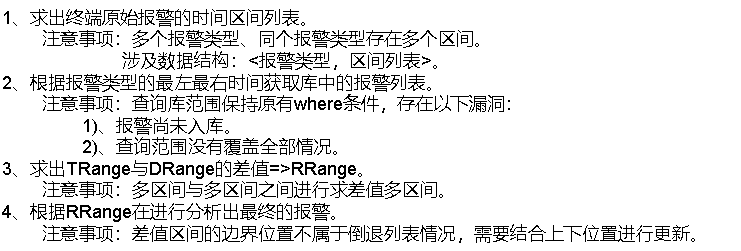
Before: 倒退位置分析终端报警.drawio.png, a diagram exported from draw.io (xktder/draw). Source tidied: cells renumbered, new cells last; positions are measured from the earlier drawing's top-left corner, leaving out a move shared by most shapes. Source of this version:
```xml
<mxGraphModel>
  <root>
    <mxCell id="0" />
    <mxCell id="1" parent="0" />
    <mxCell id="2" value="1、求出终端原始报警的时间区间列表。&lt;br&gt;&lt;span style=&quot;white-space: pre;&quot;&gt;&#9;&lt;/span&gt;注意事项：多个报警类型、同个报警类型存在多个区间。&lt;br&gt;&lt;span style=&quot;white-space: pre;&quot;&gt;&#9;&lt;span style=&quot;white-space: pre;&quot;&gt;&#9;&lt;/span&gt;&lt;span style=&quot;white-space: pre;&quot;&gt;&#9;&lt;/span&gt;涉及&lt;/span&gt;数据结构：&amp;lt;报警类型，区间列表&amp;gt;。&lt;br style=&quot;font-size: 18px;&quot;&gt;2、根据报警类型的最左最右时间获取库中的报警列表。&lt;br&gt;&lt;span style=&quot;white-space: pre;&quot;&gt;&#9;&lt;/span&gt;注意事项：查询库范围保持原有where条件，存在以下漏洞：&lt;br&gt;&lt;span style=&quot;white-space: pre;&quot;&gt;&#9;&lt;/span&gt;&lt;span style=&quot;white-space: pre;&quot;&gt;&#9;&lt;/span&gt;1)、报警尚未入库。&lt;br&gt;&lt;span style=&quot;white-space: pre;&quot;&gt;&#9;&lt;/span&gt;&lt;span style=&quot;white-space: pre;&quot;&gt;&#9;&lt;/span&gt;2)、查询范围没有覆盖全部情况。&lt;br style=&quot;font-size: 18px;&quot;&gt;3、求出TRange与DRange的差值=&amp;gt;RRange。&lt;br&gt;&lt;span style=&quot;white-space: pre;&quot;&gt;&#9;&lt;/span&gt;注意事项：多区间与多区间之间进行求差值多区间。&lt;br style=&quot;font-size: 18px;&quot;&gt;4、根据RRange在进行分析出最终的报警。&lt;br&gt;&lt;span style=&quot;white-space: pre;&quot;&gt;&#9;&lt;/span&gt;注意事项：差值区间的边界位置不属于倒退列表情况，需要结合上下位置进行更新。&lt;span style=&quot;white-space: pre;&quot;&gt;&#9;&lt;/span&gt;" style="text;html=1;align=left;verticalAlign=middle;strokeColor=none;fillColor=none;fontSize=18;" parent="1" vertex="1">
      <mxGeometry width="740" height="250" as="geometry" />
    </mxCell>
  </root>
</mxGraphModel>
```
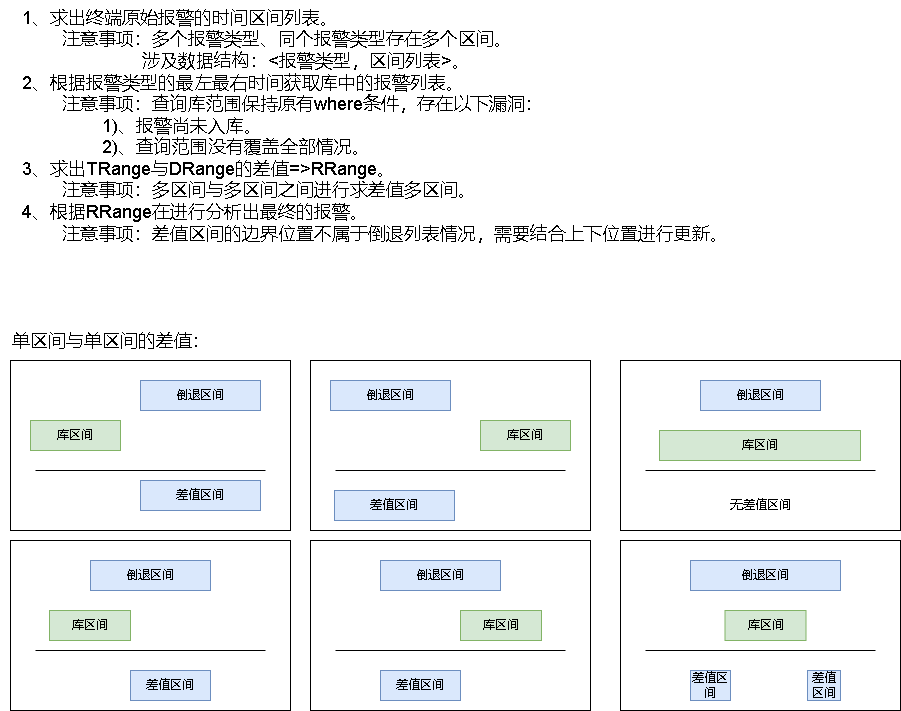
The same file after the commit.

Commit message:
更新倒退位置分析终端报警.drawio.png

Diff of the diagram source:
```diff
@@ -2,8 +2,122 @@
   <root>
     <mxCell id="0" />
     <mxCell id="1" parent="0" />
+    <mxCell id="3" style="rounded=0;whiteSpace=wrap;html=1;" parent="1" vertex="1">
+      <mxGeometry x="-10" y="360" width="280" height="170" as="geometry" />
+    </mxCell>
     <mxCell id="2" value="1、求出终端原始报警的时间区间列表。&lt;br&gt;&lt;span style=&quot;white-space: pre;&quot;&gt;&#9;&lt;/span&gt;注意事项：多个报警类型、同个报警类型存在多个区间。&lt;br&gt;&lt;span style=&quot;white-space: pre;&quot;&gt;&#9;&lt;span style=&quot;white-space: pre;&quot;&gt;&#9;&lt;/span&gt;&lt;span style=&quot;white-space: pre;&quot;&gt;&#9;&lt;/span&gt;涉及&lt;/span&gt;数据结构：&amp;lt;报警类型，区间列表&amp;gt;。&lt;br style=&quot;font-size: 18px;&quot;&gt;2、根据报警类型的最左最右时间获取库中的报警列表。&lt;br&gt;&lt;span style=&quot;white-space: pre;&quot;&gt;&#9;&lt;/span&gt;注意事项：查询库范围保持原有where条件，存在以下漏洞：&lt;br&gt;&lt;span style=&quot;white-space: pre;&quot;&gt;&#9;&lt;/span&gt;&lt;span style=&quot;white-space: pre;&quot;&gt;&#9;&lt;/span&gt;1)、报警尚未入库。&lt;br&gt;&lt;span style=&quot;white-space: pre;&quot;&gt;&#9;&lt;/span&gt;&lt;span style=&quot;white-space: pre;&quot;&gt;&#9;&lt;/span&gt;2)、查询范围没有覆盖全部情况。&lt;br style=&quot;font-size: 18px;&quot;&gt;3、求出TRange与DRange的差值=&amp;gt;RRange。&lt;br&gt;&lt;span style=&quot;white-space: pre;&quot;&gt;&#9;&lt;/span&gt;注意事项：多区间与多区间之间进行求差值多区间。&lt;br style=&quot;font-size: 18px;&quot;&gt;4、根据RRange在进行分析出最终的报警。&lt;br&gt;&lt;span style=&quot;white-space: pre;&quot;&gt;&#9;&lt;/span&gt;注意事项：差值区间的边界位置不属于倒退列表情况，需要结合上下位置进行更新。&lt;span style=&quot;white-space: pre;&quot;&gt;&#9;&lt;/span&gt;" style="text;html=1;align=left;verticalAlign=middle;strokeColor=none;fillColor=none;fontSize=18;" parent="1" vertex="1">
       <mxGeometry width="740" height="250" as="geometry" />
     </mxCell>
+    <mxCell id="4" value="倒退区间" style="rounded=0;whiteSpace=wrap;html=1;fillColor=#dae8fc;strokeColor=#6c8ebf;" parent="1" vertex="1">
+      <mxGeometry x="120" y="380" width="120" height="30" as="geometry" />
+    </mxCell>
+    <mxCell id="5" value="单区间与单区间的差值：" style="text;html=1;align=center;verticalAlign=middle;strokeColor=none;fillColor=none;fontSize=18;" parent="1" vertex="1">
+      <mxGeometry x="-20" y="320" width="220" height="40" as="geometry" />
+    </mxCell>
+    <mxCell id="6" value="库区间" style="rounded=0;whiteSpace=wrap;html=1;fillColor=#d5e8d4;strokeColor=#82b366;" parent="1" vertex="1">
+      <mxGeometry x="10" y="420" width="90" height="30" as="geometry" />
+    </mxCell>
+    <mxCell id="7" style="endArrow=none;html=1;rounded=0;" parent="1" edge="1">
+      <mxGeometry relative="1" as="geometry">
+        <mxPoint x="15" y="470" as="sourcePoint" />
+        <mxPoint x="245" y="470" as="targetPoint" />
+      </mxGeometry>
+    </mxCell>
+    <mxCell id="8" value="差值区间" style="rounded=0;whiteSpace=wrap;html=1;fillColor=#dae8fc;strokeColor=#6c8ebf;" parent="1" vertex="1">
+      <mxGeometry x="120" y="480" width="120" height="30" as="geometry" />
+    </mxCell>
+    <mxCell id="9" style="rounded=0;whiteSpace=wrap;html=1;" parent="1" vertex="1">
+      <mxGeometry x="290" y="360" width="280" height="170" as="geometry" />
+    </mxCell>
+    <mxCell id="10" value="倒退区间" style="rounded=0;whiteSpace=wrap;html=1;fillColor=#dae8fc;strokeColor=#6c8ebf;" parent="1" vertex="1">
+      <mxGeometry x="310" y="380" width="120" height="30" as="geometry" />
+    </mxCell>
+    <mxCell id="11" value="库区间" style="rounded=0;whiteSpace=wrap;html=1;fillColor=#d5e8d4;strokeColor=#82b366;" parent="1" vertex="1">
+      <mxGeometry x="460" y="420" width="90" height="30" as="geometry" />
+    </mxCell>
+    <mxCell id="12" style="endArrow=none;html=1;rounded=0;" parent="1" edge="1">
+      <mxGeometry relative="1" as="geometry">
+        <mxPoint x="315" y="470" as="sourcePoint" />
+        <mxPoint x="545" y="470" as="targetPoint" />
+      </mxGeometry>
+    </mxCell>
+    <mxCell id="13" value="差值区间" style="rounded=0;whiteSpace=wrap;html=1;fillColor=#dae8fc;strokeColor=#6c8ebf;" parent="1" vertex="1">
+      <mxGeometry x="314" y="490" width="120" height="30" as="geometry" />
+    </mxCell>
+    <mxCell id="14" style="rounded=0;whiteSpace=wrap;html=1;" parent="1" vertex="1">
+      <mxGeometry x="600" y="360" width="280" height="170" as="geometry" />
+    </mxCell>
+    <mxCell id="15" value="倒退区间" style="rounded=0;whiteSpace=wrap;html=1;fillColor=#dae8fc;strokeColor=#6c8ebf;" parent="1" vertex="1">
+      <mxGeometry x="680" y="380" width="120" height="30" as="geometry" />
+    </mxCell>
+    <mxCell id="16" value="库区间" style="rounded=0;whiteSpace=wrap;html=1;fillColor=#d5e8d4;strokeColor=#82b366;" parent="1" vertex="1">
+      <mxGeometry x="639" y="430" width="201" height="30" as="geometry" />
+    </mxCell>
+    <mxCell id="17" style="endArrow=none;html=1;rounded=0;" parent="1" edge="1">
+      <mxGeometry relative="1" as="geometry">
+        <mxPoint x="625" y="470" as="sourcePoint" />
+        <mxPoint x="855" y="470" as="targetPoint" />
+      </mxGeometry>
+    </mxCell>
+    <mxCell id="18" value="无差值区间" style="text;html=1;align=center;verticalAlign=middle;strokeColor=none;fillColor=none;" parent="1" vertex="1">
+      <mxGeometry x="700" y="490" width="80" height="30" as="geometry" />
+    </mxCell>
+    <mxCell id="19" style="rounded=0;whiteSpace=wrap;html=1;" parent="1" vertex="1">
+      <mxGeometry x="-10" y="540" width="280" height="170" as="geometry" />
+    </mxCell>
+    <mxCell id="20" value="倒退区间" style="rounded=0;whiteSpace=wrap;html=1;fillColor=#dae8fc;strokeColor=#6c8ebf;" parent="1" vertex="1">
+      <mxGeometry x="70" y="560" width="120" height="30" as="geometry" />
+    </mxCell>
+    <mxCell id="21" value="库区间" style="rounded=0;whiteSpace=wrap;html=1;fillColor=#d5e8d4;strokeColor=#82b366;" parent="1" vertex="1">
+      <mxGeometry x="29" y="610" width="81" height="30" as="geometry" />
+    </mxCell>
+    <mxCell id="22" style="endArrow=none;html=1;rounded=0;" parent="1" edge="1">
+      <mxGeometry relative="1" as="geometry">
+        <mxPoint x="15" y="650" as="sourcePoint" />
+        <mxPoint x="245" y="650" as="targetPoint" />
+      </mxGeometry>
+    </mxCell>
+    <mxCell id="23" value="差值区间" style="rounded=0;whiteSpace=wrap;html=1;fillColor=#dae8fc;strokeColor=#6c8ebf;" parent="1" vertex="1">
+      <mxGeometry x="110" y="670" width="80" height="30" as="geometry" />
+    </mxCell>
+    <mxCell id="24" style="rounded=0;whiteSpace=wrap;html=1;" parent="1" vertex="1">
+      <mxGeometry x="290" y="540" width="280" height="170" as="geometry" />
+    </mxCell>
+    <mxCell id="25" value="倒退区间" style="rounded=0;whiteSpace=wrap;html=1;fillColor=#dae8fc;strokeColor=#6c8ebf;" parent="1" vertex="1">
+      <mxGeometry x="360" y="560" width="120" height="30" as="geometry" />
+    </mxCell>
+    <mxCell id="26" value="库区间" style="rounded=0;whiteSpace=wrap;html=1;fillColor=#d5e8d4;strokeColor=#82b366;" parent="1" vertex="1">
+      <mxGeometry x="440" y="610" width="81" height="30" as="geometry" />
+    </mxCell>
+    <mxCell id="27" style="endArrow=none;html=1;rounded=0;" parent="1" edge="1">
+      <mxGeometry relative="1" as="geometry">
+        <mxPoint x="315" y="650" as="sourcePoint" />
+        <mxPoint x="545" y="650" as="targetPoint" />
+      </mxGeometry>
+    </mxCell>
+    <mxCell id="28" value="差值区间" style="rounded=0;whiteSpace=wrap;html=1;fillColor=#dae8fc;strokeColor=#6c8ebf;" parent="1" vertex="1">
+      <mxGeometry x="360" y="670" width="80" height="30" as="geometry" />
+    </mxCell>
+    <mxCell id="29" style="rounded=0;whiteSpace=wrap;html=1;" parent="1" vertex="1">
+      <mxGeometry x="600" y="540" width="280" height="170" as="geometry" />
+    </mxCell>
+    <mxCell id="30" value="倒退区间" style="rounded=0;whiteSpace=wrap;html=1;fillColor=#dae8fc;strokeColor=#6c8ebf;" parent="1" vertex="1">
+      <mxGeometry x="670" y="560" width="150" height="30" as="geometry" />
+    </mxCell>
+    <mxCell id="31" value="库区间" style="rounded=0;whiteSpace=wrap;html=1;fillColor=#d5e8d4;strokeColor=#82b366;" parent="1" vertex="1">
+      <mxGeometry x="704.5" y="610" width="81" height="30" as="geometry" />
+    </mxCell>
+    <mxCell id="32" style="endArrow=none;html=1;rounded=0;" parent="1" edge="1">
+      <mxGeometry relative="1" as="geometry">
+        <mxPoint x="625" y="650" as="sourcePoint" />
+        <mxPoint x="855" y="650" as="targetPoint" />
+      </mxGeometry>
+    </mxCell>
+    <mxCell id="33" value="差值区间" style="rounded=0;whiteSpace=wrap;html=1;fillColor=#dae8fc;strokeColor=#6c8ebf;" parent="1" vertex="1">
+      <mxGeometry x="670" y="670" width="40" height="30" as="geometry" />
+    </mxCell>
+    <mxCell id="34" value="差值区间" style="rounded=0;whiteSpace=wrap;html=1;fillColor=#dae8fc;strokeColor=#6c8ebf;" parent="1" vertex="1">
+      <mxGeometry x="787" y="670" width="33" height="30" as="geometry" />
+    </mxCell>
   </root>
 </mxGraphModel>
```
